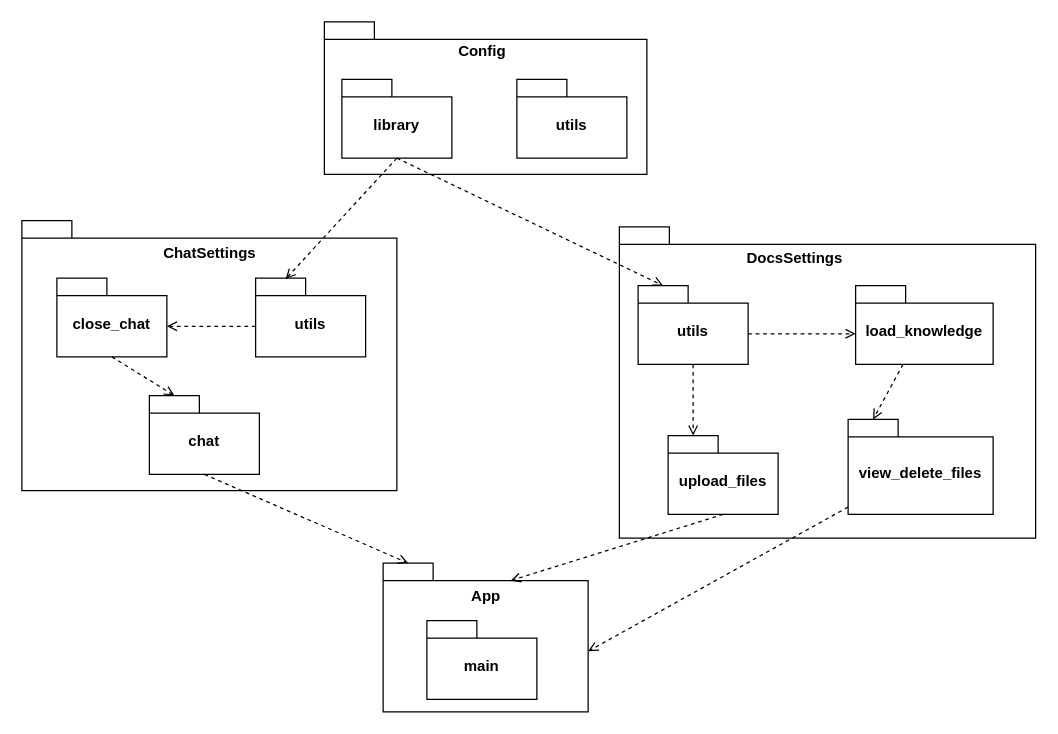
Earlier version of the draw.io diagram page "компонентов" (5 of 5) of 4 FOURTH COURSE/Semester 8/ДИПЛОМ/Отчеты/Диаграмма без названия.drawio (egorbeckish/Baccalaureate). Source tidied: cells renumbered, new cells numbered last; positions are measured from the earlier drawing's top-left corner, leaving out a move shared by most shapes. Both pictures are drawn from the tidied source at 125%, with x=0, y=0 at pixel (21, 21).
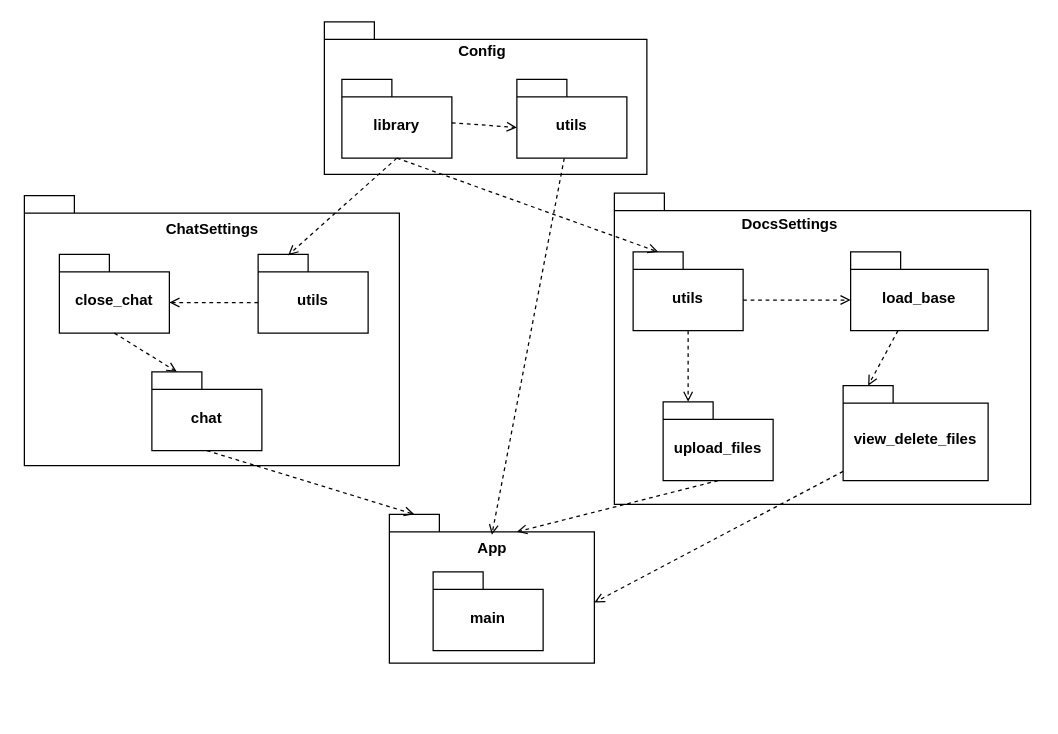
Above is the later version.

Unchanged cells that the change refers to:
```xml
<mxCell id="5" value="library" style="shape=folder;fontStyle=1;spacingTop=10;tabWidth=40;tabHeight=14;tabPosition=left;html=1;whiteSpace=wrap;" parent="1" vertex="1">
  <mxGeometry x="256" y="46" width="88" height="63" as="geometry" />
</mxCell>
<mxCell id="6" value="utils" style="shape=folder;fontStyle=1;spacingTop=10;tabWidth=40;tabHeight=14;tabPosition=left;html=1;whiteSpace=wrap;" parent="1" vertex="1">
  <mxGeometry x="396" y="46" width="88" height="63" as="geometry" />
</mxCell>
```

What changed in the source:
```diff
@@
     <mxCell id="3" style="shape=folder;fontStyle=1;spacingTop=10;tabWidth=40;tabHeight=14;tabPosition=left;html=1;whiteSpace=wrap;" parent="1" vertex="1">
-      <mxGeometry x="289" y="433" width="164" height="119" as="geometry" />
+      <mxGeometry x="294" y="394" width="164" height="119" as="geometry" />
     </mxCell>
@@
+    <mxCell id="30" style="rounded=0;jettySize=auto;html=1;entryX=0.5;entryY=0.137;entryDx=0;entryDy=0;entryPerimeter=0;dashed=1;endArrow=open;endFill=0;" parent="1" edge="1" source="6" target="3">
+      <mxGeometry relative="1" as="geometry" />
+    </mxCell>
@@
     <mxCell id="7" style="shape=folder;fontStyle=1;spacingTop=10;tabWidth=40;tabHeight=14;tabPosition=left;html=1;whiteSpace=wrap;" parent="1" vertex="1">
-      <mxGeometry y="159" width="300" height="216" as="geometry" />
+      <mxGeometry x="2" y="139" width="300" height="216" as="geometry" />
     </mxCell>
     <mxCell id="8" value="utils" style="shape=folder;fontStyle=1;spacingTop=10;tabWidth=40;tabHeight=14;tabPosition=left;html=1;whiteSpace=wrap;" parent="1" vertex="1">
-      <mxGeometry x="187" y="205" width="88" height="63" as="geometry" />
+      <mxGeometry x="189" y="186" width="88" height="63" as="geometry" />
     </mxCell>
     <mxCell id="9" value="chat" style="shape=folder;fontStyle=1;spacingTop=10;tabWidth=40;tabHeight=14;tabPosition=left;html=1;whiteSpace=wrap;" parent="1" vertex="1">
-      <mxGeometry x="102" y="299" width="88" height="63" as="geometry" />
+      <mxGeometry x="104" y="280" width="88" height="63" as="geometry" />
     </mxCell>
     <mxCell id="10" value="&lt;b&gt;ChatSettings&lt;/b&gt;" style="text;html=1;align=center;verticalAlign=middle;strokeColor=none;fillColor=none;" parent="1" vertex="1">
-      <mxGeometry x="104" y="172" width="92" height="26" as="geometry" />
+      <mxGeometry x="106" y="153" width="92" height="26" as="geometry" />
     </mxCell>
     <mxCell id="11" value="close_chat" style="shape=folder;fontStyle=1;spacingTop=10;tabWidth=40;tabHeight=14;tabPosition=left;html=1;whiteSpace=wrap;" parent="1" vertex="1">
-      <mxGeometry x="28" y="205" width="88" height="63" as="geometry" />
+      <mxGeometry x="30" y="186" width="88" height="63" as="geometry" />
     </mxCell>
     <mxCell id="12" style="shape=folder;fontStyle=1;spacingTop=10;tabWidth=40;tabHeight=14;tabPosition=left;html=1;whiteSpace=wrap;" parent="1" vertex="1">
-      <mxGeometry x="478" y="164" width="333" height="249" as="geometry" />
+      <mxGeometry x="474" y="137" width="333" height="249" as="geometry" />
     </mxCell>
     <mxCell id="13" value="&lt;b&gt;DocsSettings&lt;/b&gt;" style="text;html=1;align=center;verticalAlign=middle;strokeColor=none;fillColor=none;" parent="1" vertex="1">
-      <mxGeometry x="570" y="175.5" width="95" height="26" as="geometry" />
+      <mxGeometry x="566" y="148.5" width="95" height="26" as="geometry" />
     </mxCell>
     <mxCell id="14" value="utils" style="shape=folder;fontStyle=1;spacingTop=10;tabWidth=40;tabHeight=14;tabPosition=left;html=1;whiteSpace=wrap;" parent="1" vertex="1">
-      <mxGeometry x="493" y="211" width="88" height="63" as="geometry" />
+      <mxGeometry x="489" y="184" width="88" height="63" as="geometry" />
     </mxCell>
     <mxCell id="15" value="upload_files" style="shape=folder;fontStyle=1;spacingTop=10;tabWidth=40;tabHeight=14;tabPosition=left;html=1;whiteSpace=wrap;" parent="1" vertex="1">
-      <mxGeometry x="517" y="331" width="88" height="63" as="geometry" />
+      <mxGeometry x="513" y="304" width="88" height="63" as="geometry" />
     </mxCell>
-    <mxCell id="16" value="load_knowledge" style="shape=folder;fontStyle=1;spacingTop=10;tabWidth=40;tabHeight=14;tabPosition=left;html=1;whiteSpace=wrap;" parent="1" vertex="1">
-      <mxGeometry x="667" y="211" width="110" height="63" as="geometry" />
+    <mxCell id="16" value="load_base" style="shape=folder;fontStyle=1;spacingTop=10;tabWidth=40;tabHeight=14;tabPosition=left;html=1;whiteSpace=wrap;" parent="1" vertex="1">
+      <mxGeometry x="663" y="184" width="110" height="63" as="geometry" />
     </mxCell>
     <mxCell id="17" value="view_delete_files" style="shape=folder;fontStyle=1;spacingTop=10;tabWidth=40;tabHeight=14;tabPosition=left;html=1;whiteSpace=wrap;" parent="1" vertex="1">
-      <mxGeometry x="661" y="318" width="116" height="76" as="geometry" />
+      <mxGeometry x="657" y="291" width="116" height="76" as="geometry" />
     </mxCell>
     <mxCell id="18" value="&lt;b&gt;App&lt;/b&gt;" style="text;html=1;align=center;verticalAlign=middle;strokeColor=none;fillColor=none;" parent="1" vertex="1">
-      <mxGeometry x="350.5" y="447" width="41" height="26" as="geometry" />
+      <mxGeometry x="355.5" y="408" width="41" height="26" as="geometry" />
     </mxCell>
     <mxCell id="19" value="main" style="shape=folder;fontStyle=1;spacingTop=10;tabWidth=40;tabHeight=14;tabPosition=left;html=1;whiteSpace=wrap;" parent="1" vertex="1">
-      <mxGeometry x="324" y="479" width="88" height="63" as="geometry" />
+      <mxGeometry x="329" y="440" width="88" height="63" as="geometry" />
     </mxCell>
@@
+    <mxCell id="31" style="rounded=0;jettySize=auto;html=1;entryX=0;entryY=0;entryDx=0;entryDy=38.5;entryPerimeter=0;endArrow=open;endFill=0;dashed=1;" parent="1" edge="1" source="5" target="6">
+      <mxGeometry relative="1" as="geometry" />
+    </mxCell>
```
